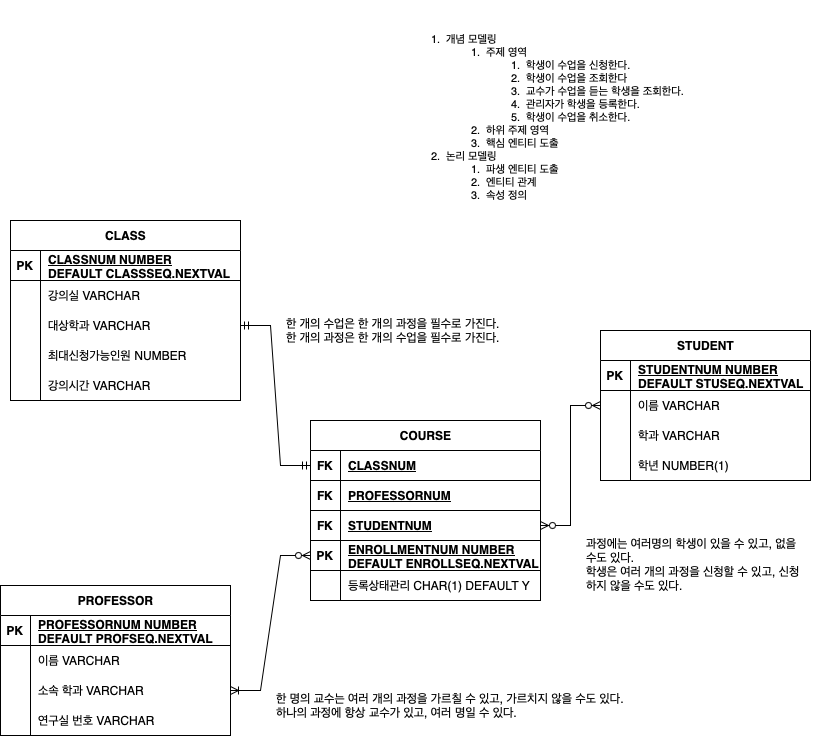
Before: Data Modeling/수강신청.drawio.png, a diagram exported from draw.io (ikkjun/SQL). Source tidied: cells renumbered, new cells last; positions are measured from the earlier drawing's top-left corner, leaving out a move shared by most shapes.
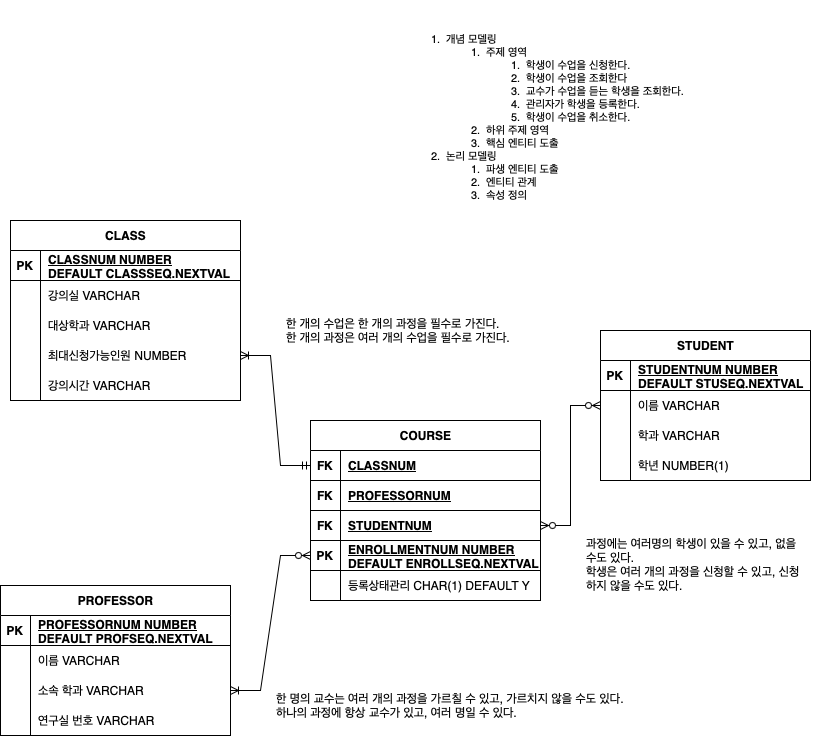
The same file after the commit.

Commit message:
수강신청.drawio.png 업데이트

Change to the diagram source:
```diff
@@ -128,8 +128,8 @@
     <mxCell id="43" value="학년 NUMBER(1)" style="shape=partialRectangle;fillColor=none;top=0;left=0;bottom=0;right=0;align=left;spacingLeft=6;overflow=hidden;whiteSpace=wrap;html=1;" parent="41" vertex="1">
       <mxGeometry x="30" width="180" height="30" as="geometry" />
     </mxCell>
-    <mxCell id="44" value="한 개의 수업은 한 개의 과정을 필수로 가진다.&lt;br&gt;한 개의 과정은 한 개의 수업을 필수로 가진다." style="text;strokeColor=none;fillColor=none;spacingLeft=4;spacingRight=4;overflow=hidden;fontSize=12;whiteSpace=wrap;html=1;" parent="1" vertex="1">
-      <mxGeometry x="280" y="310" width="230" height="50" as="geometry" />
+    <mxCell id="44" value="한 개의 수업은 한 개의 과정을 필수로 가진다.&lt;br&gt;한 개의 과정은 여러 개의 수업을 필수로 가진다." style="text;strokeColor=none;fillColor=none;spacingLeft=4;spacingRight=4;overflow=hidden;fontSize=12;whiteSpace=wrap;html=1;" parent="1" vertex="1">
+      <mxGeometry x="280" y="310" width="250" height="50" as="geometry" />
     </mxCell>
     <mxCell id="45" value="COURSE" style="shape=table;startSize=30;rowLines=0;fontStyle=1;align=center;html=1;" parent="1" vertex="1">
       <mxGeometry x="310" y="420" width="230" height="180" as="geometry" />
@@ -182,9 +182,6 @@
     <mxCell id="61" value="한 명의 교수는 여러 개의 과정을 가르칠 수 있고, 가르치지 않을 수도 있다.&amp;nbsp;&lt;br&gt;하나의 과정에 항상 교수가 있고, 여러 명일 수 있다." style="text;strokeColor=none;fillColor=none;spacingLeft=4;spacingRight=4;overflow=hidden;fontSize=12;whiteSpace=wrap;html=1;" parent="1" vertex="1">
       <mxGeometry x="270" y="685" width="380" height="50" as="geometry" />
     </mxCell>
-    <mxCell id="62" style="edgeStyle=entityRelationEdgeStyle;fontSize=12;html=1;endArrow=ERmandOne;startArrow=ERmandOne;rounded=0;entryX=0;entryY=0.5;entryDx=0;entryDy=0;exitX=1;exitY=0.5;exitDx=0;exitDy=0;" parent="1" edge="1" source="9" target="46">
-      <mxGeometry relative="1" as="geometry" />
-    </mxCell>
     <mxCell id="63" value="과정에는 여러명의 학생이 있을 수 있고, 없을 수도 있다. &lt;br&gt;학생은 여러 개의 과정을 신청할 수 있고, 신청하지 않을 수도 있다." style="text;strokeColor=none;fillColor=none;spacingLeft=4;spacingRight=4;overflow=hidden;fontSize=12;whiteSpace=wrap;html=1;" parent="1" vertex="1">
       <mxGeometry x="580" y="530" width="230" height="80" as="geometry" />
     </mxCell>
@@ -201,5 +198,8 @@
     <mxCell id="66" value="&lt;ol&gt;&lt;br&gt;&lt;li style=&quot;margin: 0px; font-style: normal; font-variant-caps: normal; font-stretch: normal; font-size: 11px; line-height: normal; font-size-adjust: none; font-kerning: auto; font-variant-alternates: normal; font-variant-ligatures: normal; font-variant-numeric: normal; font-variant-east-asian: normal; font-variant-position: normal; font-variant-emoji: normal; font-feature-settings: normal; font-optical-sizing: auto; font-variation-settings: normal;&quot;&gt;개념 모델링&lt;/li&gt;&lt;ol&gt;&lt;li style=&quot;margin: 0px; font-style: normal; font-variant-caps: normal; font-stretch: normal; font-size: 11px; line-height: normal; font-size-adjust: none; font-kerning: auto; font-variant-alternates: normal; font-variant-ligatures: normal; font-variant-numeric: normal; font-variant-east-asian: normal; font-variant-position: normal; font-variant-emoji: normal; font-feature-settings: normal; font-optical-sizing: auto; font-variation-settings: normal;&quot;&gt;주제 영역&lt;/li&gt;&lt;ol&gt;&lt;li style=&quot;margin: 0px; font-style: normal; font-variant-caps: normal; font-stretch: normal; font-size: 11px; line-height: normal; font-size-adjust: none; font-kerning: auto; font-variant-alternates: normal; font-variant-ligatures: normal; font-variant-numeric: normal; font-variant-east-asian: normal; font-variant-position: normal; font-variant-emoji: normal; font-feature-settings: normal; font-optical-sizing: auto; font-variation-settings: normal;&quot;&gt;학생이 수업을 신청한다.&lt;/li&gt;&lt;li style=&quot;margin: 0px; font-style: normal; font-variant-caps: normal; font-stretch: normal; font-size: 11px; line-height: normal; font-size-adjust: none; font-kerning: auto; font-variant-alternates: normal; font-variant-ligatures: normal; font-variant-numeric: normal; font-variant-east-asian: normal; font-variant-position: normal; font-variant-emoji: normal; font-feature-settings: normal; font-optical-sizing: auto; font-variation-settings: normal;&quot;&gt;학생이 수업을 조회한다&lt;/li&gt;&lt;li style=&quot;margin: 0px; font-style: normal; font-variant-caps: normal; font-stretch: normal; font-size: 11px; line-height: normal; font-size-adjust: none; font-kerning: auto; font-variant-alternates: normal; font-variant-ligatures: normal; font-variant-numeric: normal; font-variant-east-asian: normal; font-variant-position: normal; font-variant-emoji: normal; font-feature-settings: normal; font-optical-sizing: auto; font-variation-settings: normal;&quot;&gt;교수가 수업을 듣는 학생을 조회한다.&lt;/li&gt;&lt;li style=&quot;margin: 0px; font-style: normal; font-variant-caps: normal; font-stretch: normal; font-size: 11px; line-height: normal; font-size-adjust: none; font-kerning: auto; font-variant-alternates: normal; font-variant-ligatures: normal; font-variant-numeric: normal; font-variant-east-asian: normal; font-variant-position: normal; font-variant-emoji: normal; font-feature-settings: normal; font-optical-sizing: auto; font-variation-settings: normal;&quot;&gt;관리자가 학생을 등록한다.&lt;/li&gt;&lt;li style=&quot;margin: 0px; font-style: normal; font-variant-caps: normal; font-stretch: normal; font-size: 11px; line-height: normal; font-size-adjust: none; font-kerning: auto; font-variant-alternates: normal; font-variant-ligatures: normal; font-variant-numeric: normal; font-variant-east-asian: normal; font-variant-position: normal; font-variant-emoji: normal; font-feature-settings: normal; font-optical-sizing: auto; font-variation-settings: normal;&quot;&gt;학생이 수업을 취소한다.&lt;/li&gt;&lt;/ol&gt;&lt;li style=&quot;margin: 0px; font-style: normal; font-variant-caps: normal; font-stretch: normal; font-size: 11px; line-height: normal; font-size-adjust: none; font-kerning: auto; font-variant-alternates: normal; font-variant-ligatures: normal; font-variant-numeric: normal; font-variant-east-asian: normal; font-variant-position: normal; font-variant-emoji: normal; font-feature-settings: normal; font-optical-sizing: auto; font-variation-settings: normal;&quot;&gt;하위 주제 영역&lt;/li&gt;&lt;li style=&quot;margin: 0px; font-style: normal; font-variant-caps: normal; font-stretch: normal; font-size: 11px; line-height: normal; font-size-adjust: none; font-kerning: auto; font-variant-alternates: normal; font-variant-ligatures: normal; font-variant-numeric: normal; font-variant-east-asian: normal; font-variant-position: normal; font-variant-emoji: normal; font-feature-settings: normal; font-optical-sizing: auto; font-variation-settings: normal;&quot;&gt;핵심 엔티티 도출&lt;/li&gt;&lt;/ol&gt;&lt;li style=&quot;margin: 0px; font-style: normal; font-variant-caps: normal; font-stretch: normal; font-size: 11px; line-height: normal; font-size-adjust: none; font-kerning: auto; font-variant-alternates: normal; font-variant-ligatures: normal; font-variant-numeric: normal; font-variant-east-asian: normal; font-variant-position: normal; font-variant-emoji: normal; font-feature-settings: normal; font-optical-sizing: auto; font-variation-settings: normal;&quot;&gt;논리 모델링&lt;/li&gt;&lt;ol&gt;&lt;li style=&quot;margin: 0px; font-style: normal; font-variant-caps: normal; font-stretch: normal; font-size: 11px; line-height: normal; font-size-adjust: none; font-kerning: auto; font-variant-alternates: normal; font-variant-ligatures: normal; font-variant-numeric: normal; font-variant-east-asian: normal; font-variant-position: normal; font-variant-emoji: normal; font-feature-settings: normal; font-optical-sizing: auto; font-variation-settings: normal;&quot;&gt;파생 엔티티 도출&lt;/li&gt;&lt;li style=&quot;margin: 0px; font-style: normal; font-variant-caps: normal; font-stretch: normal; font-size: 11px; line-height: normal; font-size-adjust: none; font-kerning: auto; font-variant-alternates: normal; font-variant-ligatures: normal; font-variant-numeric: normal; font-variant-east-asian: normal; font-variant-position: normal; font-variant-emoji: normal; font-feature-settings: normal; font-optical-sizing: auto; font-variation-settings: normal;&quot;&gt;엔티티 관계&lt;/li&gt;&lt;li style=&quot;margin: 0px; font-style: normal; font-variant-caps: normal; font-stretch: normal; font-size: 11px; line-height: normal; font-size-adjust: none; font-kerning: auto; font-variant-alternates: normal; font-variant-ligatures: normal; font-variant-numeric: normal; font-variant-east-asian: normal; font-variant-position: normal; font-variant-emoji: normal; font-feature-settings: normal; font-optical-sizing: auto; font-variation-settings: normal;&quot;&gt;속성 정의&lt;/li&gt;&lt;/ol&gt;&lt;/ol&gt;" style="text;strokeColor=none;fillColor=none;spacingLeft=4;spacingRight=4;overflow=hidden;fontSize=12;whiteSpace=wrap;html=1;" parent="1" vertex="1">
       <mxGeometry x="400" width="420" height="220" as="geometry" />
     </mxCell>
+    <mxCell id="67" style="edgeStyle=entityRelationEdgeStyle;fontSize=12;html=1;endArrow=ERoneToMany;startArrow=ERmandOne;rounded=0;entryX=1;entryY=0.5;entryDx=0;entryDy=0;exitX=0;exitY=0.5;exitDx=0;exitDy=0;" parent="1" edge="1" source="46" target="12">
+      <mxGeometry relative="1" as="geometry" />
+    </mxCell>
   </root>
 </mxGraphModel>
```
